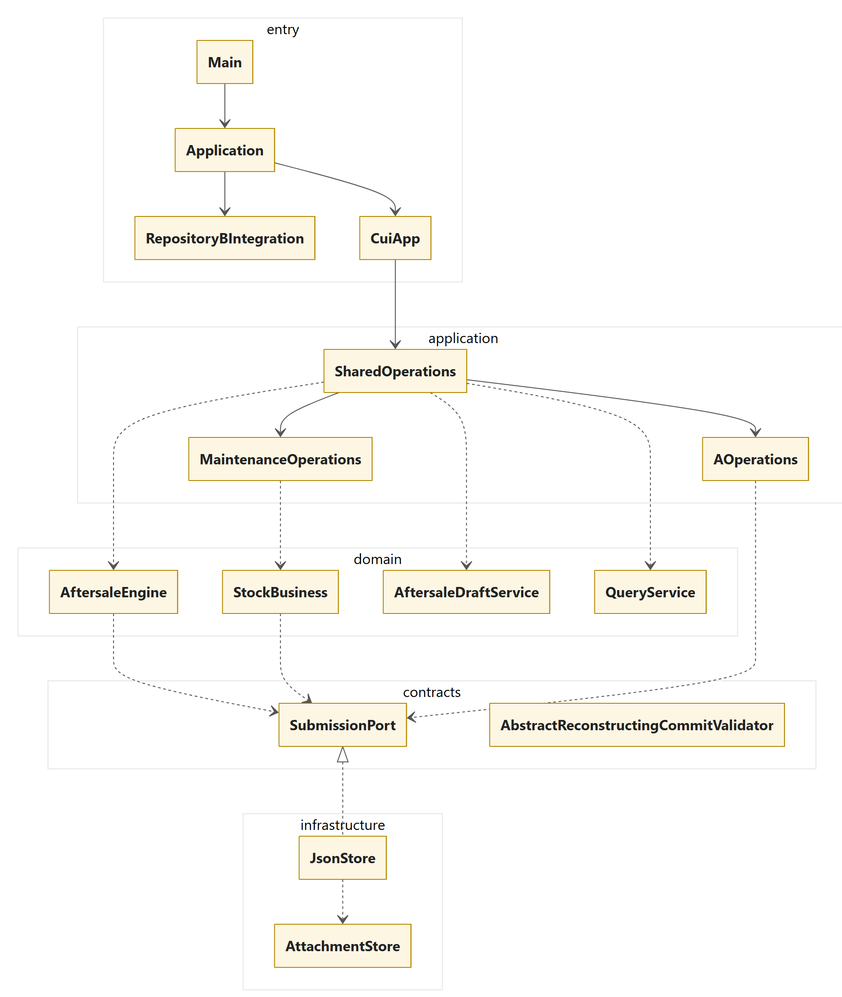
Above: docs/design/report/00_overview.png in Noctis-SiKong/supermarket-management (Mermaid), before the change. Its source is kept beside it as docs/design/report/00_overview.mmd. Its diagram source:
```mermaid
classDiagram
direction TB

namespace entry {
    class Main
    class Application
    class RepositoryBIntegration
    class CuiApp
}

namespace application {
    class SharedOperations
    class MaintenanceOperations
    class AOperations
}

namespace domain {
    class StockBusiness
    class AftersaleEngine
    class AftersaleDraftService
    class QueryService
}

namespace contracts {
    class SubmissionPort
    class AbstractReconstructingCommitValidator
}

namespace infrastructure {
    class JsonStore
    class AttachmentStore
}

Main --> Application
Application --> CuiApp
Application --> RepositoryBIntegration
CuiApp --> SharedOperations
SharedOperations --> AOperations
SharedOperations --> MaintenanceOperations
MaintenanceOperations ..> StockBusiness
SharedOperations ..> AftersaleEngine
SharedOperations ..> AftersaleDraftService
SharedOperations ..> QueryService
AftersaleEngine ..> SubmissionPort
StockBusiness ..> SubmissionPort
AOperations ..> SubmissionPort
SubmissionPort <|.. JsonStore
JsonStore ..> AttachmentStore
```
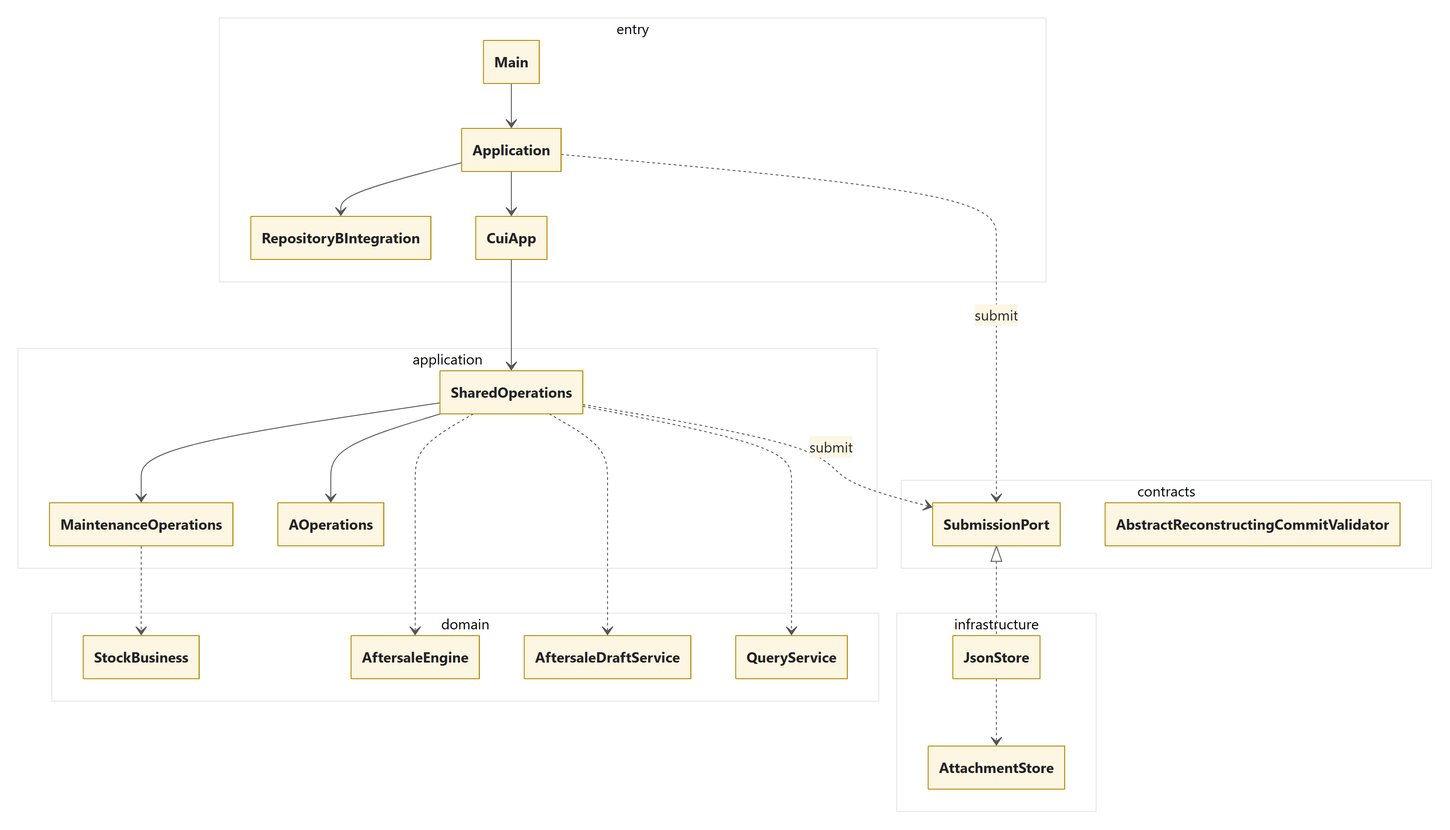
The same file after the commit.

What changed in the source:
```diff
@@ -41,8 +41,7 @@
 SharedOperations ..> AftersaleEngine
 SharedOperations ..> AftersaleDraftService
 SharedOperations ..> QueryService
-AftersaleEngine ..> SubmissionPort
-StockBusiness ..> SubmissionPort
-AOperations ..> SubmissionPort
+Application ..> SubmissionPort : submit
+SharedOperations ..> SubmissionPort : submit
 SubmissionPort <|.. JsonStore
 JsonStore ..> AttachmentStore
```
